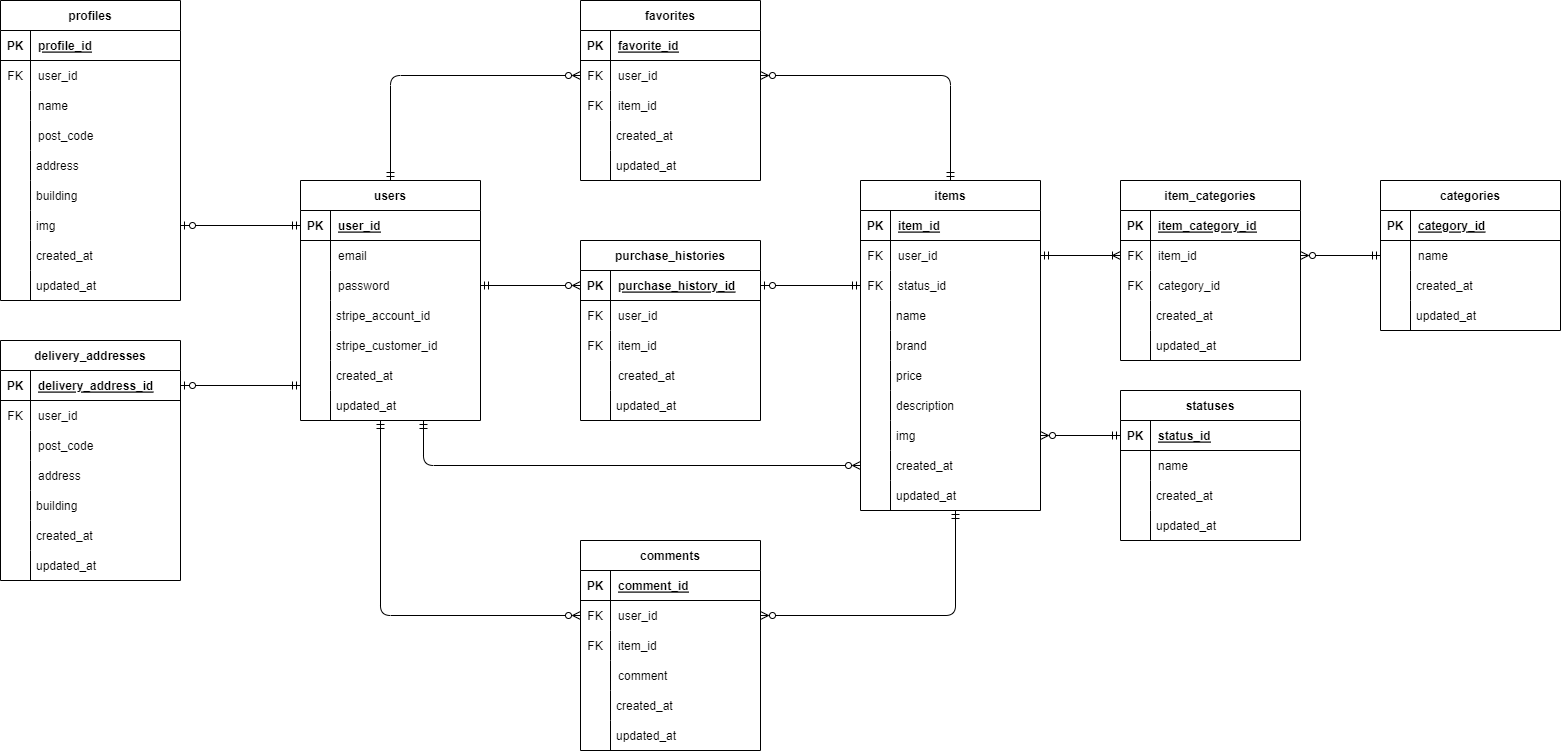
Above: market/market.drawio.png in nakagawa1573/images (draw.io), before the change. Source tidied: cells renumbered, new cells last; positions are measured from the earlier drawing's top-left corner, leaving out a move shared by most shapes.
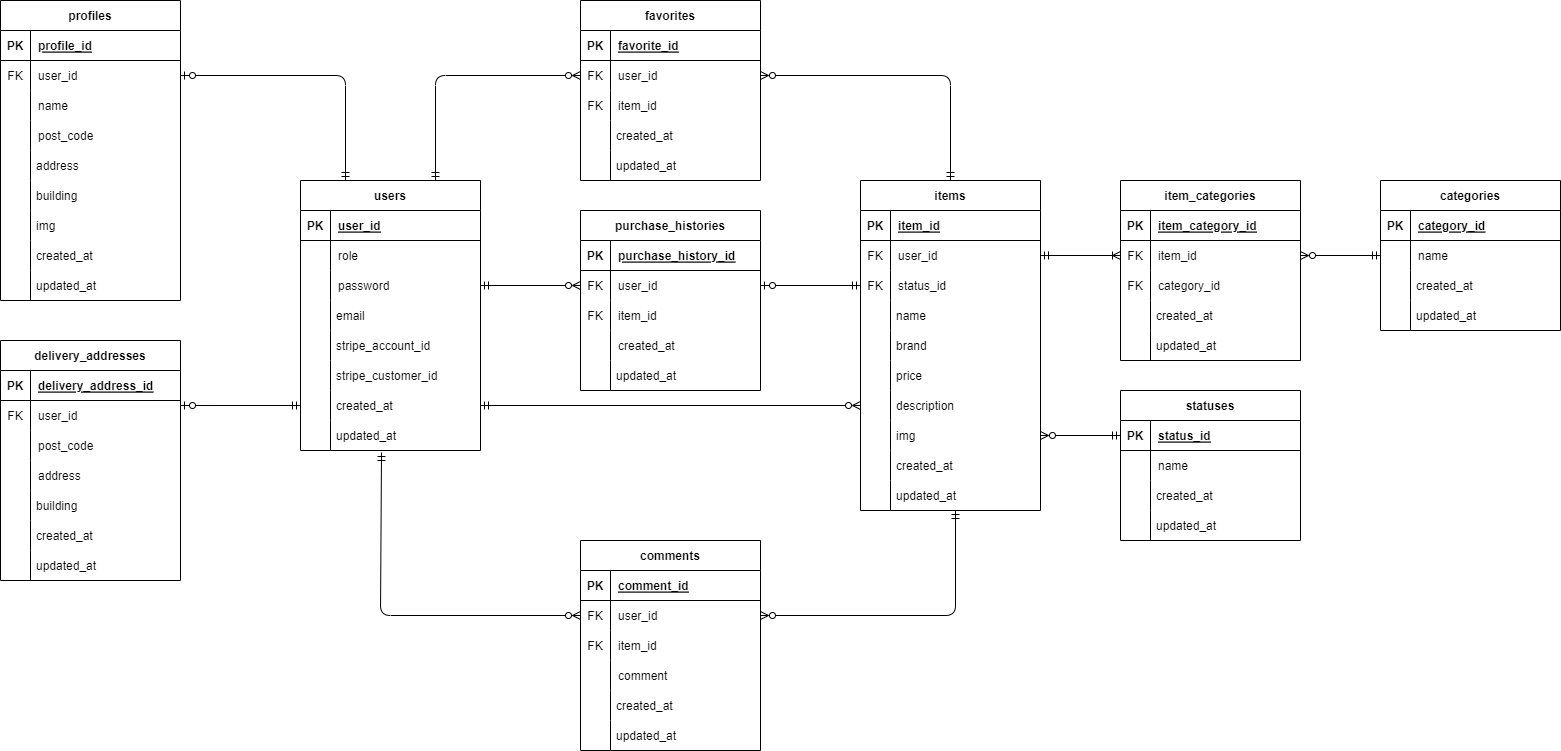
The same diagram one commit later.

Change to the diagram source:
```diff
@@ -3,13 +3,13 @@
     <mxCell id="0" />
     <mxCell id="1" parent="0" />
     <mxCell id="2" style="group;" parent="1" vertex="1">
-      <mxGeometry x="300" y="180" width="180" height="280" as="geometry" />
+      <mxGeometry x="300" y="180" width="180" height="330" as="geometry" />
     </mxCell>
     <mxCell id="3" style="group;" parent="2" vertex="1">
-      <mxGeometry width="180" height="280" as="geometry" />
+      <mxGeometry width="180" height="330" as="geometry" />
     </mxCell>
     <mxCell id="4" value="users" style="shape=table;startSize=30;rowLines=0;fontStyle=1;align=center;" parent="3" vertex="1">
-      <mxGeometry width="180" height="240" as="geometry" />
+      <mxGeometry width="180" height="270" as="geometry" />
     </mxCell>
     <mxCell id="5" style="shape=tableRow;horizontal=0;startSize=0;swimlaneHead=0;swimlaneBody=0;fillColor=none;points=[[0,0.5],[1,0.5]];portConstraint=eastwest;top=0;left=0;right=0;bottom=1;" parent="4" vertex="1">
       <mxGeometry y="30" width="180" height="30" as="geometry" />
@@ -20,42 +20,48 @@
     <mxCell id="7" value="user_id" style="shape=partialRectangle;fillColor=none;top=0;left=0;bottom=0;right=0;align=left;spacingLeft=6;fontStyle=5;overflow=hidden;" parent="5" vertex="1">
       <mxGeometry x="30" width="150" height="30" as="geometry" />
     </mxCell>
+    <mxCell id="11" style="shape=tableRow;horizontal=0;startSize=0;swimlaneHead=0;swimlaneBody=0;fillColor=none;points=[[0,0.5],[1,0.5]];portConstraint=eastwest;top=0;left=0;right=0;bottom=0;" parent="4" vertex="1">
+      <mxGeometry y="60" width="180" height="30" as="geometry" />
+    </mxCell>
+    <mxCell id="12" style="shape=partialRectangle;fillColor=none;top=0;left=0;bottom=0;right=0;overflow=hidden;" parent="11" vertex="1">
+      <mxGeometry width="30" height="30" as="geometry" />
+    </mxCell>
+    <mxCell id="13" value="role" style="shape=partialRectangle;fillColor=none;top=0;left=0;bottom=0;right=0;align=left;spacingLeft=6;overflow=hidden;" parent="11" vertex="1">
+      <mxGeometry x="30" width="150" height="30" as="geometry" />
+    </mxCell>
     <mxCell id="8" style="shape=tableRow;horizontal=0;startSize=0;swimlaneHead=0;swimlaneBody=0;fillColor=none;points=[[0,0.5],[1,0.5]];portConstraint=eastwest;top=0;left=0;right=0;bottom=0;" parent="4" vertex="1">
-      <mxGeometry y="60" width="180" height="30" as="geometry" />
+      <mxGeometry y="90" width="180" height="30" as="geometry" />
     </mxCell>
     <mxCell id="9" style="shape=partialRectangle;fillColor=none;top=0;left=0;bottom=0;right=0;overflow=hidden;" parent="8" vertex="1">
       <mxGeometry width="30" height="30" as="geometry" />
     </mxCell>
-    <mxCell id="10" value="email" style="shape=partialRectangle;fillColor=none;top=0;left=0;bottom=0;right=0;align=left;spacingLeft=6;overflow=hidden;" parent="8" vertex="1">
+    <mxCell id="10" value="password" style="shape=partialRectangle;fillColor=none;top=0;left=0;bottom=0;right=0;align=left;spacingLeft=6;overflow=hidden;" parent="8" vertex="1">
       <mxGeometry x="30" width="150" height="30" as="geometry" />
     </mxCell>
-    <mxCell id="11" style="shape=tableRow;horizontal=0;startSize=0;swimlaneHead=0;swimlaneBody=0;fillColor=none;points=[[0,0.5],[1,0.5]];portConstraint=eastwest;top=0;left=0;right=0;bottom=0;" parent="4" vertex="1">
-      <mxGeometry y="90" width="180" height="30" as="geometry" />
-    </mxCell>
-    <mxCell id="12" style="shape=partialRectangle;fillColor=none;top=0;left=0;bottom=0;right=0;overflow=hidden;" parent="11" vertex="1">
-      <mxGeometry width="30" height="30" as="geometry" />
-    </mxCell>
-    <mxCell id="13" value="password" style="shape=partialRectangle;fillColor=none;top=0;left=0;bottom=0;right=0;align=left;spacingLeft=6;overflow=hidden;" parent="11" vertex="1">
-      <mxGeometry x="30" width="150" height="30" as="geometry" />
-    </mxCell>
     <mxCell id="14" value="created_at" style="shape=partialRectangle;fillColor=none;align=left;verticalAlign=middle;strokeColor=none;spacingLeft=34;points=[[0,0.5],[1,0.5]];portConstraint=eastwest;" parent="3" vertex="1">
-      <mxGeometry y="180" width="180" height="30" as="geometry" />
+      <mxGeometry y="210" width="180" height="30" as="geometry" />
     </mxCell>
     <mxCell id="15" style="shape=partialRectangle;top=0;left=0;bottom=0;fillColor=none;stokeWidth=1;align=left;verticalAlign=middle;spacingLeft=4;spacingRight=4;overflow=hidden;" parent="14" vertex="1">
       <mxGeometry width="30" height="30" as="geometry" />
     </mxCell>
     <mxCell id="16" value="updated_at" style="shape=partialRectangle;fillColor=none;align=left;verticalAlign=middle;strokeColor=none;spacingLeft=34;points=[[0,0.5],[1,0.5]];portConstraint=eastwest;" parent="3" vertex="1">
-      <mxGeometry y="210" width="180" height="30" as="geometry" />
+      <mxGeometry y="240" width="180" height="30" as="geometry" />
     </mxCell>
     <mxCell id="17" style="shape=partialRectangle;top=0;left=0;bottom=0;fillColor=none;stokeWidth=1;align=left;verticalAlign=middle;spacingLeft=4;spacingRight=4;overflow=hidden;" parent="16" vertex="1">
       <mxGeometry width="30" height="30" as="geometry" />
     </mxCell>
     <mxCell id="18" value="stripe_account_id" style="shape=partialRectangle;fillColor=none;align=left;verticalAlign=middle;strokeColor=none;spacingLeft=34;" parent="3" vertex="1">
-      <mxGeometry y="120" width="180" height="30" as="geometry" />
+      <mxGeometry y="150" width="180" height="30" as="geometry" />
     </mxCell>
     <mxCell id="19" style="shape=partialRectangle;top=0;left=0;bottom=0;fillColor=none;stokeWidth=1;align=left;verticalAlign=middle;spacingLeft=4;spacingRight=4;overflow=hidden;" parent="18" vertex="1">
       <mxGeometry width="30" height="30" as="geometry" />
     </mxCell>
+    <mxCell id="190" value="email" style="shape=partialRectangle;fillColor=none;align=left;verticalAlign=middle;strokeColor=none;spacingLeft=34;" parent="3" vertex="1">
+      <mxGeometry y="120" width="180" height="30" as="geometry" />
+    </mxCell>
+    <mxCell id="191" style="shape=partialRectangle;top=0;left=0;bottom=0;fillColor=none;stokeWidth=1;align=left;verticalAlign=middle;spacingLeft=4;spacingRight=4;overflow=hidden;" parent="190" vertex="1">
+      <mxGeometry width="30" height="30" as="geometry" />
+    </mxCell>
     <mxCell id="20" style="group;" parent="1" vertex="1">
       <mxGeometry x="860" y="180" width="180" height="370" as="geometry" />
     </mxCell>
@@ -191,10 +197,10 @@
     <mxCell id="64" value="item_id" style="shape=partialRectangle;fillColor=none;top=0;left=0;bottom=0;right=0;align=left;spacingLeft=6;overflow=hidden;" parent="62" vertex="1">
       <mxGeometry x="30" width="150" height="30" as="geometry" />
     </mxCell>
-    <mxCell id="65" style="fontSize=12;html=1;endArrow=ERzeroToMany;endFill=0;entryX=0;entryY=0.5;entryDx=0;entryDy=0;startArrow=ERmandOne;startFill=0;exitX=0.5;exitY=0;exitDx=0;exitDy=0;" parent="1" edge="1" source="4" target="59">
+    <mxCell id="65" style="fontSize=12;html=1;endArrow=ERzeroToMany;endFill=0;entryX=0;entryY=0.5;entryDx=0;entryDy=0;startArrow=ERmandOne;startFill=0;exitX=0.75;exitY=0;exitDx=0;exitDy=0;" parent="1" edge="1" source="4" target="59">
       <mxGeometry relative="1" as="geometry">
         <Array as="points">
-          <mxPoint x="390" y="75" />
+          <mxPoint x="435" y="75" />
         </Array>
       </mxGeometry>
     </mxCell>
@@ -205,9 +211,8 @@
         </Array>
       </mxGeometry>
     </mxCell>
-    <mxCell id="67" style="fontSize=12;html=1;endArrow=ERzeroToMany;endFill=0;entryX=0;entryY=0.5;entryDx=0;entryDy=0;startArrow=ERmandOne;startFill=0;" parent="1" edge="1" target="134">
+    <mxCell id="67" style="fontSize=12;html=1;endArrow=ERzeroToMany;endFill=0;entryX=0;entryY=0.5;entryDx=0;entryDy=0;startArrow=ERmandOne;startFill=0;exitX=0.45;exitY=1.067;exitDx=0;exitDy=0;exitPerimeter=0;" parent="1" edge="1" source="16" target="134">
       <mxGeometry relative="1" as="geometry">
-        <mxPoint x="380" y="420" as="sourcePoint" />
         <Array as="points">
           <mxPoint x="380" y="615" />
         </Array>
@@ -302,8 +307,12 @@
     <mxCell id="95" style="shape=partialRectangle;top=0;left=0;bottom=0;fillColor=none;stokeWidth=1;align=left;verticalAlign=middle;spacingLeft=4;spacingRight=4;overflow=hidden;" parent="94" vertex="1">
       <mxGeometry width="30" height="30" as="geometry" />
     </mxCell>
-    <mxCell id="96" style="fontSize=12;html=1;endArrow=ERzeroToOne;endFill=0;startArrow=ERmandOne;startFill=0;entryX=1;entryY=0.5;entryDx=0;entryDy=0;exitX=0;exitY=0.5;exitDx=0;exitDy=0;" parent="1" edge="1" source="5" target="90">
-      <mxGeometry relative="1" as="geometry" />
+    <mxCell id="96" style="fontSize=12;html=1;endArrow=ERzeroToOne;endFill=0;startArrow=ERmandOne;startFill=0;exitX=0.25;exitY=0;exitDx=0;exitDy=0;entryX=1;entryY=0.5;entryDx=0;entryDy=0;" parent="1" edge="1" source="4" target="77">
+      <mxGeometry relative="1" as="geometry">
+        <Array as="points">
+          <mxPoint x="345" y="75" />
+        </Array>
+      </mxGeometry>
     </mxCell>
     <mxCell id="97" value="created_at" style="shape=partialRectangle;fillColor=none;align=left;verticalAlign=middle;strokeColor=none;spacingLeft=34;" parent="1" vertex="1">
       <mxGeometry x="580" y="120" width="180" height="30" as="geometry" />
@@ -455,16 +464,11 @@
     <mxCell id="146" style="shape=partialRectangle;top=0;left=0;bottom=0;fillColor=none;stokeWidth=1;align=left;verticalAlign=middle;spacingLeft=4;spacingRight=4;overflow=hidden;" parent="145" vertex="1">
       <mxGeometry width="30" height="30" as="geometry" />
     </mxCell>
-    <mxCell id="147" style="fontSize=12;html=1;endArrow=ERzeroToMany;endFill=0;startArrow=ERmandOne;startFill=0;entryX=0;entryY=0.5;entryDx=0;entryDy=0;" parent="1" edge="1" target="39">
-      <mxGeometry relative="1" as="geometry">
-        <mxPoint x="423" y="420" as="sourcePoint" />
-        <Array as="points">
-          <mxPoint x="423" y="465" />
-        </Array>
-      </mxGeometry>
+    <mxCell id="147" style="fontSize=12;html=1;endArrow=ERzeroToMany;endFill=0;startArrow=ERmandOne;startFill=0;entryX=0;entryY=0.5;entryDx=0;entryDy=0;exitX=1;exitY=0.5;exitDx=0;exitDy=0;" parent="1" edge="1" source="14" target="33">
+      <mxGeometry relative="1" as="geometry" />
     </mxCell>
     <mxCell id="148" style="group;" parent="1" vertex="1">
-      <mxGeometry x="580" y="240" width="180" height="180" as="geometry" />
+      <mxGeometry x="580" y="210" width="180" height="180" as="geometry" />
     </mxCell>
     <mxCell id="149" value="purchase_histories" style="shape=table;startSize=30;rowLines=0;fontStyle=1;align=center;" parent="148" vertex="1">
       <mxGeometry width="180" height="180" as="geometry" />
@@ -511,16 +515,16 @@
     <mxCell id="163" style="shape=partialRectangle;top=0;left=0;bottom=0;fillColor=none;stokeWidth=1;align=left;verticalAlign=middle;spacingLeft=4;spacingRight=4;overflow=hidden;" parent="162" vertex="1">
       <mxGeometry width="30" height="30" as="geometry" />
     </mxCell>
-    <mxCell id="164" style="fontSize=12;html=1;endArrow=ERzeroToMany;endFill=0;exitX=1;exitY=0.5;exitDx=0;exitDy=0;entryX=0;entryY=0.5;entryDx=0;entryDy=0;startArrow=ERmandOne;startFill=0;" parent="1" edge="1" source="11" target="150">
+    <mxCell id="164" style="fontSize=12;html=1;endArrow=ERzeroToMany;endFill=0;exitX=1;exitY=0.5;exitDx=0;exitDy=0;entryX=0;entryY=0.5;entryDx=0;entryDy=0;startArrow=ERmandOne;startFill=0;" parent="1" edge="1" source="8" target="153">
       <mxGeometry relative="1" as="geometry" />
     </mxCell>
-    <mxCell id="165" style="fontSize=12;html=1;endArrow=ERmandOne;endFill=0;entryX=0;entryY=0.5;entryDx=0;entryDy=0;exitX=1;exitY=0.5;exitDx=0;exitDy=0;startArrow=ERzeroToOne;startFill=0;" parent="1" edge="1" source="150">
+    <mxCell id="165" style="fontSize=12;html=1;endArrow=ERmandOne;endFill=0;entryX=0;entryY=0.5;entryDx=0;entryDy=0;startArrow=ERzeroToOne;startFill=0;exitX=1;exitY=0.5;exitDx=0;exitDy=0;" parent="1" edge="1" source="153">
       <mxGeometry relative="1" as="geometry">
         <mxPoint x="860" y="285" as="targetPoint" />
       </mxGeometry>
     </mxCell>
     <mxCell id="166" value="stripe_customer_id" style="shape=partialRectangle;fillColor=none;align=left;verticalAlign=middle;strokeColor=none;spacingLeft=34;" parent="1" vertex="1">
-      <mxGeometry x="300" y="330" width="180" height="30" as="geometry" />
+      <mxGeometry x="300" y="360" width="180" height="30" as="geometry" />
     </mxCell>
     <mxCell id="167" style="shape=partialRectangle;top=0;left=0;bottom=0;fillColor=none;stokeWidth=1;align=left;verticalAlign=middle;spacingLeft=4;spacingRight=4;overflow=hidden;" parent="166" vertex="1">
       <mxGeometry width="30" height="30" as="geometry" />
@@ -588,7 +592,7 @@
     <mxCell id="188" style="shape=partialRectangle;top=0;left=0;bottom=0;fillColor=none;stokeWidth=1;align=left;verticalAlign=middle;spacingLeft=4;spacingRight=4;overflow=hidden;" parent="187" vertex="1">
       <mxGeometry width="30" height="30" as="geometry" />
     </mxCell>
-    <mxCell id="189" style="fontSize=12;html=1;endArrow=ERmandOne;endFill=0;exitX=1;exitY=0.5;exitDx=0;exitDy=0;entryX=0;entryY=-0.167;entryDx=0;entryDy=0;entryPerimeter=0;startArrow=ERzeroToOne;startFill=0;" parent="1" edge="1" source="171" target="16">
+    <mxCell id="189" style="fontSize=12;html=1;endArrow=ERmandOne;endFill=0;exitX=1;exitY=0.167;exitDx=0;exitDy=0;startArrow=ERzeroToOne;startFill=0;entryX=0;entryY=0.5;entryDx=0;entryDy=0;exitPerimeter=0;" parent="1" edge="1" source="174" target="14">
       <mxGeometry relative="1" as="geometry" />
     </mxCell>
   </root>
```
